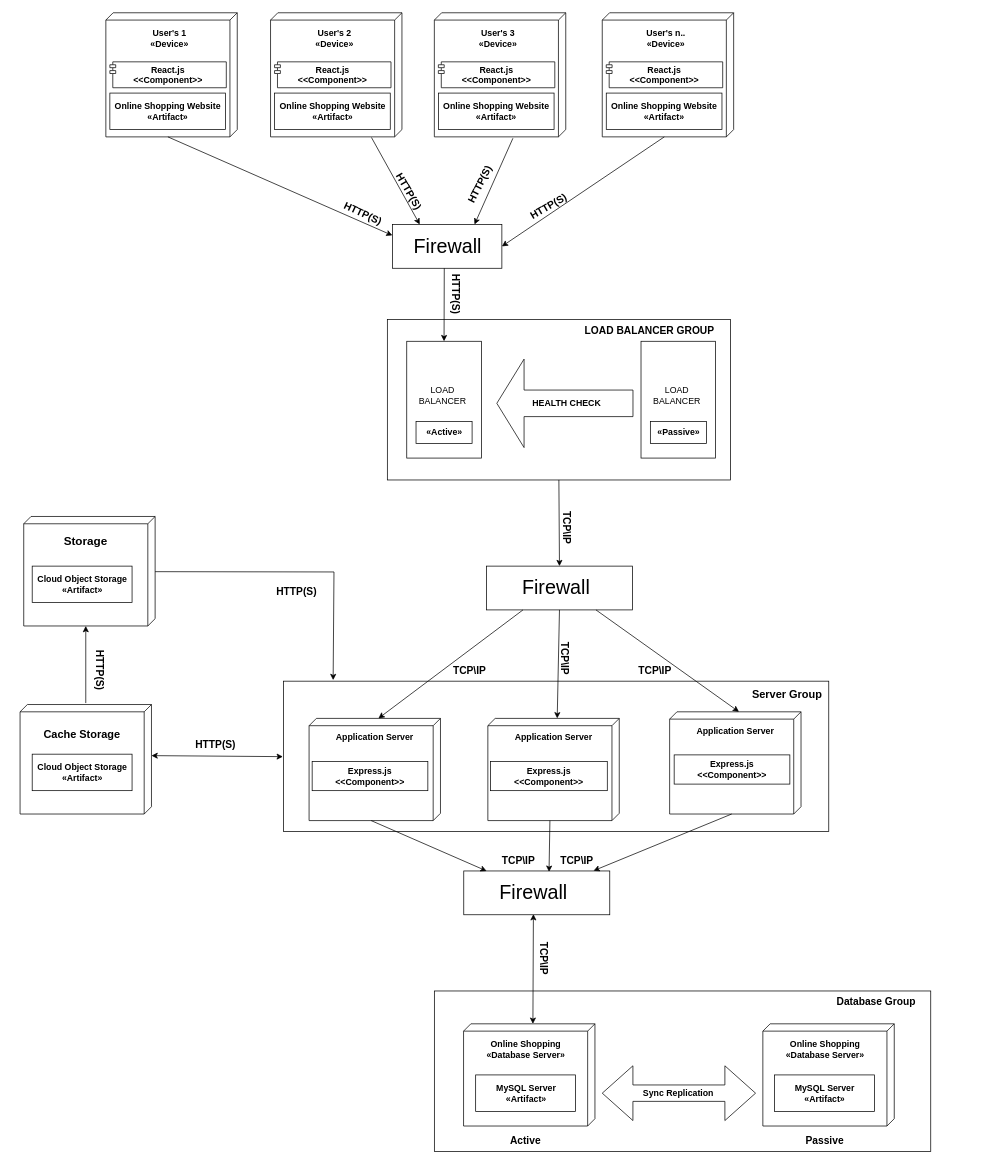
Before: Design/Implementations/Diagrama_Implementacao.drawio in Marcos-Sousa-Developer/Projeto-Final-LTI, a draw.io diagram. Source tidied: cells renumbered, new cells numbered last; positions are measured from the earlier drawing's top-left corner, leaving out a move shared by most shapes. Both pictures are drawn from the tidied source at 73%, with x=0, y=0 at pixel (12, 12).
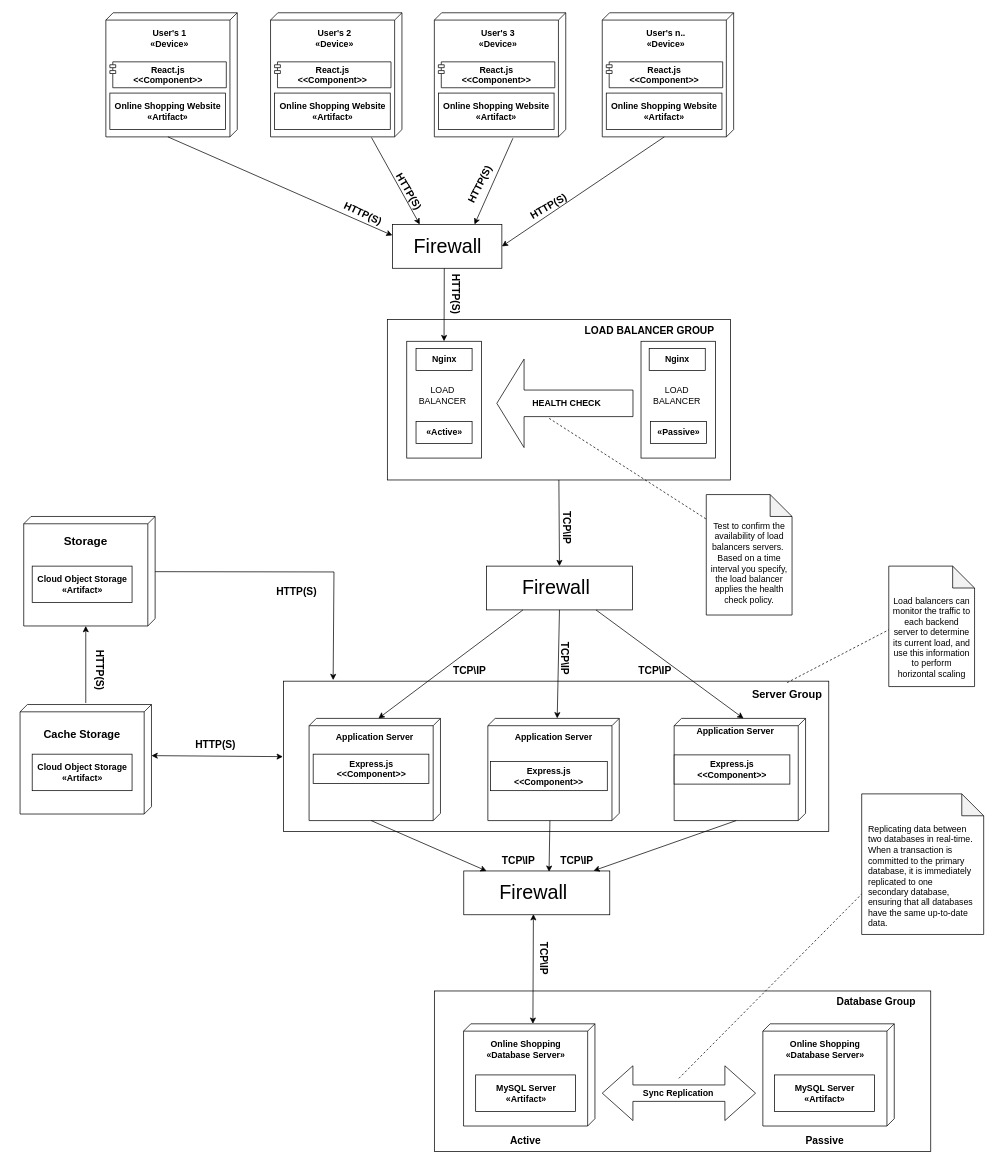
Above is the later version.

Unchanged cells that the change refers to:
```xml
<mxCell id="49" value="&lt;b&gt;HEALTH CHECK&lt;/b&gt;" style="text;html=1;strokeColor=none;fillColor=none;align=center;verticalAlign=middle;whiteSpace=wrap;rounded=0;" parent="1" vertex="1">
  <mxGeometry x="710.9" y="515" width="95.5" height="40.6" as="geometry" />
</mxCell>
<mxCell id="54" value="&lt;b&gt;Sync Replication&lt;/b&gt;" style="text;html=1;strokeColor=none;fillColor=none;align=center;verticalAlign=middle;whiteSpace=wrap;rounded=0;" parent="1" vertex="1">
  <mxGeometry x="854.4" y="1459.7" width="116.2" height="40.6" as="geometry" />
</mxCell>
<mxCell id="55" value="&lt;b&gt;&lt;font style=&quot;font-size: 15px;&quot;&gt;Server Group&lt;/font&gt;&lt;/b&gt;" style="text;html=1;strokeColor=none;fillColor=none;align=center;verticalAlign=middle;whiteSpace=wrap;rounded=0;" parent="1" vertex="1">
  <mxGeometry x="1010.8" y="917.6" width="100" height="30" as="geometry" />
</mxCell>
```

What changed in the source:
```diff
@@
     <mxCell id="9" style="verticalAlign=top;align=left;spacingTop=8;spacingLeft=2;spacingRight=12;shape=cube;size=10;direction=south;fontStyle=5;html=1;" parent="1" vertex="1">
-      <mxGeometry x="899.8" y="957.6" width="180" height="140" as="geometry" />
+      <mxGeometry x="906" y="966.6" width="180" height="140" as="geometry" />
     </mxCell>
@@
     <mxCell id="20" value="&lt;span style=&quot;font-weight: 700;&quot;&gt;Express.js&lt;/span&gt;&lt;br style=&quot;padding: 0px; margin: 0px; font-weight: 700;&quot;&gt;&lt;span style=&quot;font-weight: 700;&quot;&gt;&amp;lt;&amp;lt;Component&amp;gt;&amp;gt;&lt;/span&gt;" style="html=1;" parent="1" vertex="1">
-      <mxGeometry x="410.1" y="1025.6" width="158.5" height="40" as="geometry" />
+      <mxGeometry x="411.5" y="1015.6" width="158.5" height="40" as="geometry" />
     </mxCell>
@@
+    <mxCell id="95" value="&lt;b&gt;Nginx&lt;/b&gt;" style="html=1;" parent="1" vertex="1">
+      <mxGeometry x="552.4" y="460" width="76.8" height="30" as="geometry" />
+    </mxCell>
+    <mxCell id="96" value="&lt;b&gt;Nginx&lt;/b&gt;" style="html=1;" parent="1" vertex="1">
+      <mxGeometry x="871.8" y="460" width="76.8" height="30" as="geometry" />
+    </mxCell>
+    <mxCell id="97" style="endArrow=none;dashed=1;html=1;rounded=0;exitX=0.25;exitY=1;exitDx=0;exitDy=0;" parent="1" edge="1" source="49">
+      <mxGeometry relative="1" as="geometry">
+        <mxPoint x="960" y="700" as="targetPoint" />
+      </mxGeometry>
+    </mxCell>
+    <mxCell id="98" style="shape=note;whiteSpace=wrap;html=1;backgroundOutline=1;darkOpacity=0.05;" parent="1" vertex="1">
+      <mxGeometry x="950" y="660" width="117.5" height="165" as="geometry" />
+    </mxCell>
+    <mxCell id="99" style="endArrow=none;dashed=1;html=1;rounded=0;exitX=0.5;exitY=0;exitDx=0;exitDy=0;" parent="1" edge="1" source="54">
+      <mxGeometry relative="1" as="geometry">
+        <mxPoint x="1170" y="1200" as="targetPoint" />
+      </mxGeometry>
+    </mxCell>
+    <mxCell id="100" style="shape=note;whiteSpace=wrap;html=1;backgroundOutline=1;darkOpacity=0.05;" parent="1" vertex="1">
+      <mxGeometry x="1162.9" y="1070" width="167.1" height="192.6" as="geometry" />
+    </mxCell>
+    <mxCell id="101" style="endArrow=none;dashed=1;html=1;rounded=0;exitX=0.5;exitY=0;exitDx=0;exitDy=0;" parent="1" edge="1" source="55">
+      <mxGeometry relative="1" as="geometry">
+        <mxPoint x="1210" y="840" as="targetPoint" />
+      </mxGeometry>
+    </mxCell>
+    <mxCell id="102" style="shape=note;whiteSpace=wrap;html=1;backgroundOutline=1;darkOpacity=0.05;" parent="1" vertex="1">
+      <mxGeometry x="1200" y="758" width="117.5" height="165" as="geometry" />
+    </mxCell>
+    <mxCell id="103" value="&lt;div&gt;Test to confirm the availability of load balancers servers.&amp;nbsp;&lt;/div&gt;&lt;div&gt;Based on a time interval you specify, the load balancer applies the health check policy.&lt;/div&gt;" style="text;html=1;strokeColor=none;fillColor=none;align=center;verticalAlign=middle;whiteSpace=wrap;rounded=0;" parent="1" vertex="1">
+      <mxGeometry x="953.8" y="668" width="110" height="172" as="geometry" />
+    </mxCell>
+    <mxCell id="104" value="Load balancers can monitor the traffic to each backend server to determine its current load, and use this information to perform horizontal scaling" style="text;html=1;strokeColor=none;fillColor=none;align=center;verticalAlign=middle;whiteSpace=wrap;rounded=0;" parent="1" vertex="1">
+      <mxGeometry x="1203.8" y="770" width="110" height="172" as="geometry" />
+    </mxCell>
+    <mxCell id="105" value="Replicating data between two databases in real-time. &lt;br&gt;When a transaction is committed to the primary database, it is immediately replicated to one secondary database, ensuring that all databases have the same up-to-date data." style="text;html=1;strokeColor=none;fillColor=none;align=left;verticalAlign=middle;whiteSpace=wrap;rounded=0;" parent="1" vertex="1">
+      <mxGeometry x="1170.4" y="1090" width="147.1" height="185.6" as="geometry" />
+    </mxCell>
```
